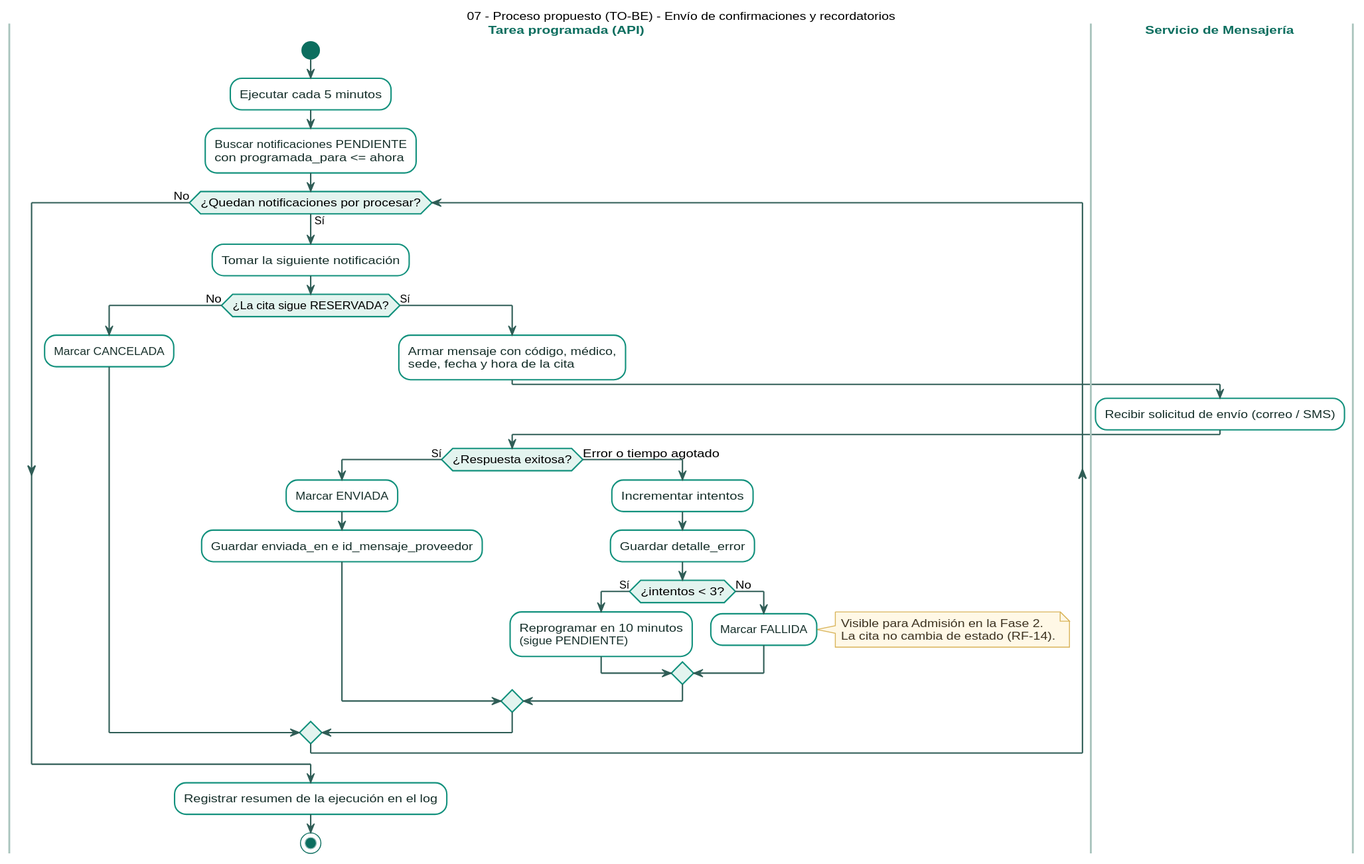
Above: docs/diagrams/img/07-process-notifications.svg in Jimena-CC/ProyectoCitasMedicas (PlantUML), before the change.
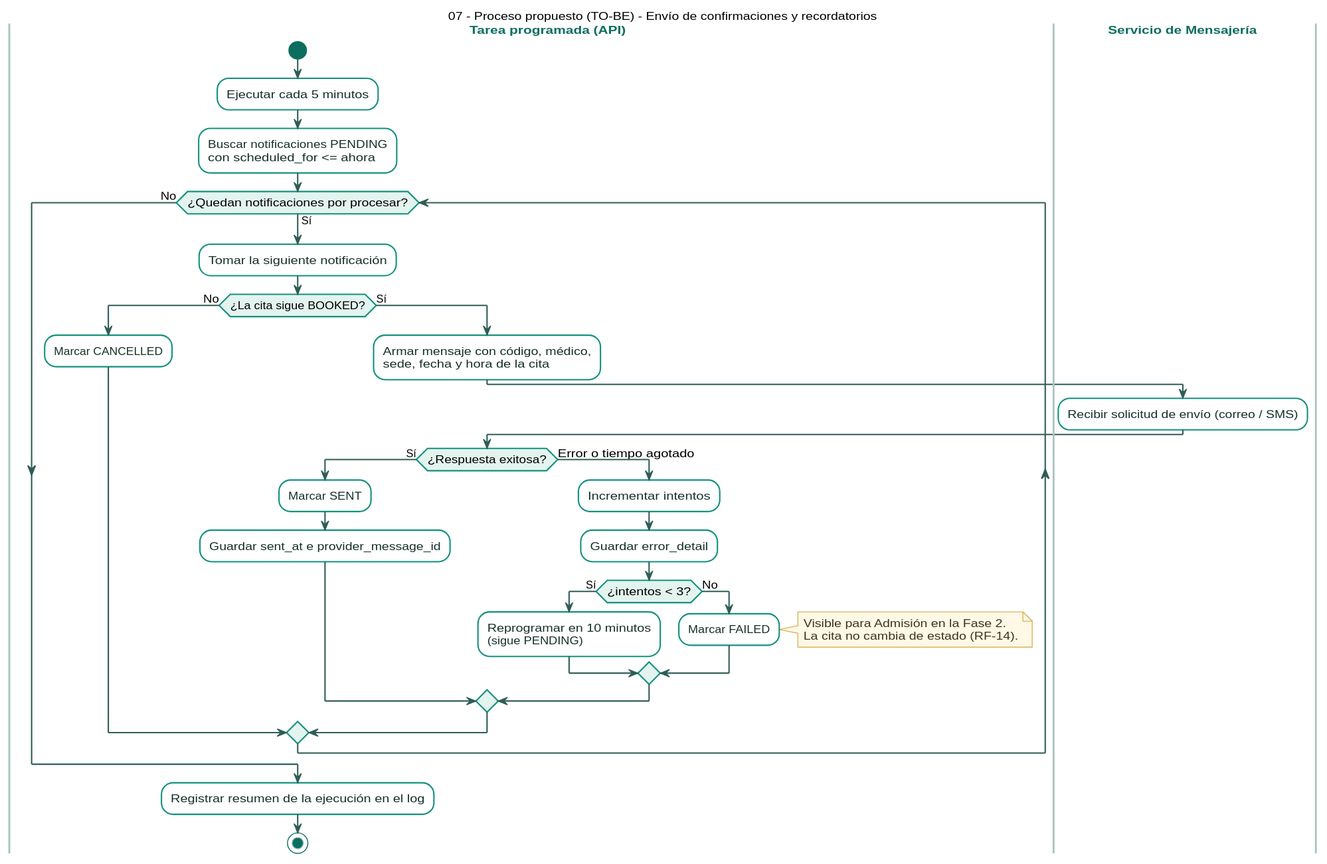
After the commit.

Diff of the diagram source:
```diff
@@ -27,13 +27,13 @@
 |Tarea programada (API)|
 start
 :Ejecutar cada 5 minutos;
-:Buscar notificaciones PENDIENTE
-con programada_para <= ahora;
+:Buscar notificaciones PENDING
+con scheduled_for <= ahora;
 
 while (¿Quedan notificaciones por procesar?) is (Sí)
   :Tomar la siguiente notificación;
-  if (¿La cita sigue RESERVADA?) then (No)
-    :Marcar CANCELADA;
+  if (¿La cita sigue BOOKED?) then (No)
+    :Marcar CANCELLED;
   else (Sí)
     :Armar mensaje con código, médico,
     sede, fecha y hora de la cita;
@@ -41,16 +41,16 @@
     :Recibir solicitud de envío (correo / SMS);
     |Tarea programada (API)|
     if (¿Respuesta exitosa?) then (Sí)
-      :Marcar ENVIADA;
-      :Guardar enviada_en e id_mensaje_proveedor;
+      :Marcar SENT;
+      :Guardar sent_at e provider_message_id;
     else (Error o tiempo agotado)
       :Incrementar intentos;
-      :Guardar detalle_error;
+      :Guardar error_detail;
       if (¿intentos < 3?) then (Sí)
         :Reprogramar en 10 minutos
-        (sigue PENDIENTE);
+        (sigue PENDING);
       else (No)
-        :Marcar FALLIDA;
+        :Marcar FAILED;
         note right
           Visible para Admisión en la Fase 2.
           La cita no cambia de estado (RF-14).
```
